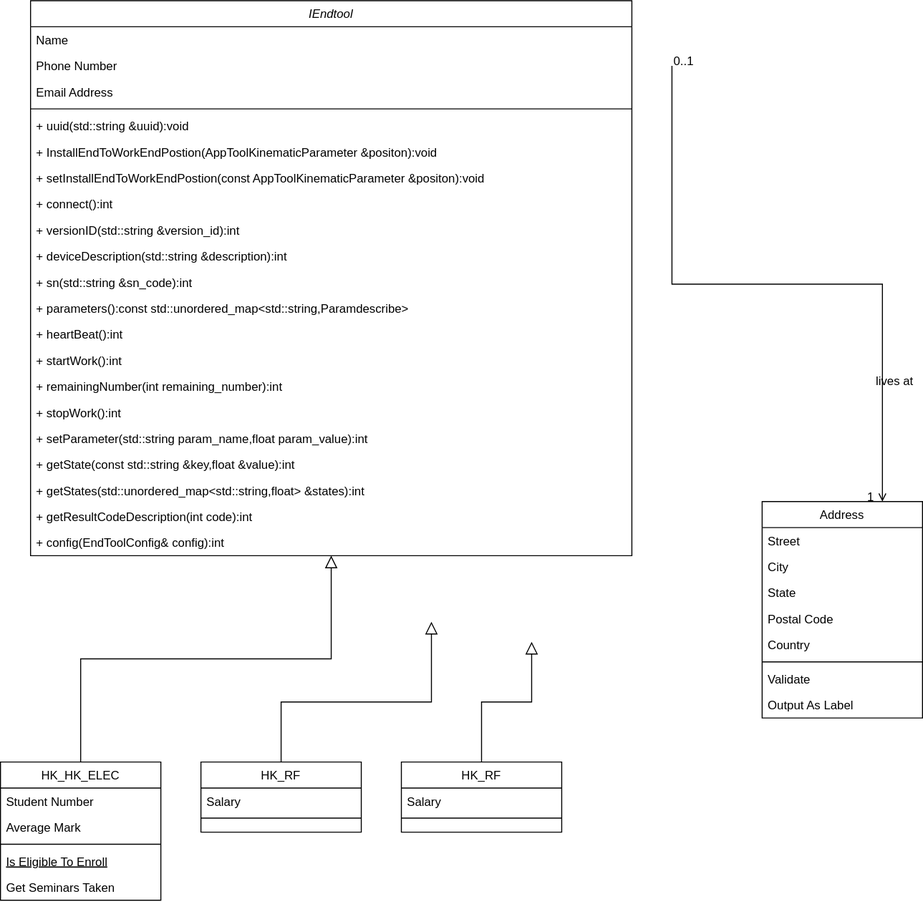
This is 理疗/理疗末端rpc服务.svg from Durpe/Drawio, a draw.io export, as it was before one commit. Source tidied: cells renumbered, new cells last; positions are measured from the earlier drawing's top-left corner, leaving out a move shared by most shapes.
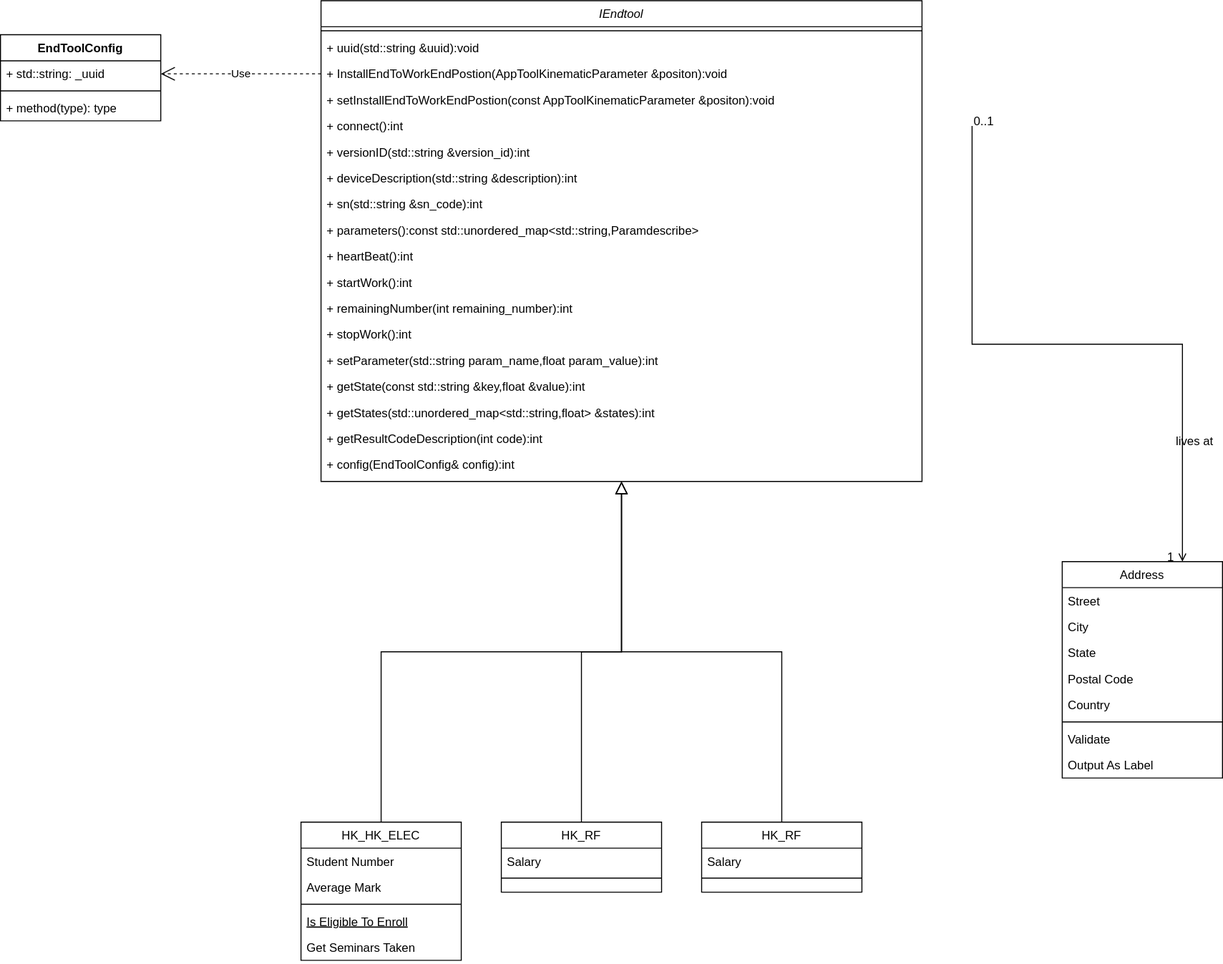
The same diagram one commit later.

Commit message:
更新理疗末端rpc服务.svg

Change to the diagram source:
```diff
@@ -3,70 +3,61 @@
     <mxCell id="0" />
     <mxCell id="1" parent="0" />
     <mxCell id="2" value="IEndtool" style="swimlane;fontStyle=2;align=center;verticalAlign=top;horizontal=1;startSize=26;rounded=0;shadow=0;strokeWidth=1;" parent="1" vertex="1">
-      <mxGeometry x="30" width="600" height="554" as="geometry" />
+      <mxGeometry x="20" y="-60" width="600" height="480" as="geometry" />
     </mxCell>
-    <mxCell id="3" value="Name" style="text;align=left;verticalAlign=top;spacingLeft=4;spacingRight=4;overflow=hidden;" parent="2" vertex="1">
-      <mxGeometry y="26" width="600" height="26" as="geometry" />
-    </mxCell>
-    <mxCell id="4" value="Phone Number" style="text;align=left;verticalAlign=top;spacingLeft=4;spacingRight=4;overflow=hidden;rounded=0;shadow=0;html=0;" parent="2" vertex="1">
-      <mxGeometry y="52" width="600" height="26" as="geometry" />
-    </mxCell>
-    <mxCell id="5" value="Email Address" style="text;align=left;verticalAlign=top;spacingLeft=4;spacingRight=4;overflow=hidden;rounded=0;shadow=0;html=0;" parent="2" vertex="1">
-      <mxGeometry y="78" width="600" height="26" as="geometry" />
-    </mxCell>
     <mxCell id="6" style="line;html=1;strokeWidth=1;align=left;verticalAlign=middle;spacingTop=-1;spacingLeft=3;spacingRight=3;labelPosition=right;" parent="2" vertex="1">
-      <mxGeometry y="104" width="600" height="8" as="geometry" />
+      <mxGeometry y="26" width="600" height="8" as="geometry" />
     </mxCell>
     <mxCell id="7" value="+ uuid(std::string &amp;uuid):void" style="text;align=left;verticalAlign=top;spacingLeft=4;spacingRight=4;overflow=hidden;" parent="2" vertex="1">
-      <mxGeometry y="112" width="600" height="26" as="geometry" />
+      <mxGeometry y="34" width="600" height="26" as="geometry" />
     </mxCell>
     <mxCell id="8" value="+ InstallEndToWorkEndPostion(AppToolKinematicParameter &amp;positon):void" style="text;align=left;verticalAlign=top;spacingLeft=4;spacingRight=4;overflow=hidden;points=[[0,0.5],[1,0.5]];portConstraint=eastwest;" parent="2" vertex="1">
-      <mxGeometry y="138" width="600" height="26" as="geometry" />
+      <mxGeometry y="60" width="600" height="26" as="geometry" />
     </mxCell>
     <mxCell id="9" value="+ setInstallEndToWorkEndPostion(const AppToolKinematicParameter &amp;positon):void" style="text;align=left;verticalAlign=top;spacingLeft=4;spacingRight=4;overflow=hidden;" parent="2" vertex="1">
-      <mxGeometry y="164" width="600" height="26" as="geometry" />
+      <mxGeometry y="86" width="600" height="26" as="geometry" />
     </mxCell>
     <mxCell id="10" value="+ connect():int" style="text;align=left;verticalAlign=top;spacingLeft=4;spacingRight=4;overflow=hidden;" parent="2" vertex="1">
-      <mxGeometry y="190" width="600" height="26" as="geometry" />
+      <mxGeometry y="112" width="600" height="26" as="geometry" />
     </mxCell>
     <mxCell id="11" value="+ versionID(std::string &amp;version_id):int" style="text;align=left;verticalAlign=top;spacingLeft=4;spacingRight=4;overflow=hidden;" parent="2" vertex="1">
-      <mxGeometry y="216" width="600" height="26" as="geometry" />
+      <mxGeometry y="138" width="600" height="26" as="geometry" />
     </mxCell>
     <mxCell id="12" value="+ deviceDescription(std::string &amp;description):int" style="text;align=left;verticalAlign=top;spacingLeft=4;spacingRight=4;overflow=hidden;" parent="2" vertex="1">
-      <mxGeometry y="242" width="600" height="26" as="geometry" />
+      <mxGeometry y="164" width="600" height="26" as="geometry" />
     </mxCell>
     <mxCell id="13" value="+ sn(std::string &amp;sn_code):int" style="text;align=left;verticalAlign=top;spacingLeft=4;spacingRight=4;overflow=hidden;" parent="2" vertex="1">
-      <mxGeometry y="268" width="600" height="26" as="geometry" />
+      <mxGeometry y="190" width="600" height="26" as="geometry" />
     </mxCell>
     <mxCell id="14" value="+ parameters():const std::unordered_map&lt;std::string,Paramdescribe&gt;" style="text;align=left;verticalAlign=top;spacingLeft=4;spacingRight=4;overflow=hidden;" parent="2" vertex="1">
-      <mxGeometry y="294" width="600" height="26" as="geometry" />
+      <mxGeometry y="216" width="600" height="26" as="geometry" />
     </mxCell>
     <mxCell id="15" value="+ heartBeat():int" style="text;align=left;verticalAlign=top;spacingLeft=4;spacingRight=4;overflow=hidden;" parent="2" vertex="1">
-      <mxGeometry y="320" width="600" height="26" as="geometry" />
+      <mxGeometry y="242" width="600" height="26" as="geometry" />
     </mxCell>
     <mxCell id="16" value="+ startWork():int" style="text;align=left;verticalAlign=top;spacingLeft=4;spacingRight=4;overflow=hidden;" parent="2" vertex="1">
-      <mxGeometry y="346" width="600" height="26" as="geometry" />
+      <mxGeometry y="268" width="600" height="26" as="geometry" />
     </mxCell>
     <mxCell id="17" value="+ remainingNumber(int remaining_number):int" style="text;align=left;verticalAlign=top;spacingLeft=4;spacingRight=4;overflow=hidden;" parent="2" vertex="1">
-      <mxGeometry y="372" width="600" height="26" as="geometry" />
+      <mxGeometry y="294" width="600" height="26" as="geometry" />
     </mxCell>
     <mxCell id="18" value="+ stopWork():int" style="text;align=left;verticalAlign=top;spacingLeft=4;spacingRight=4;overflow=hidden;" parent="2" vertex="1">
-      <mxGeometry y="398" width="600" height="26" as="geometry" />
+      <mxGeometry y="320" width="600" height="26" as="geometry" />
     </mxCell>
     <mxCell id="19" value="+ setParameter(std::string param_name,float param_value):int" style="text;align=left;verticalAlign=top;spacingLeft=4;spacingRight=4;overflow=hidden;" parent="2" vertex="1">
-      <mxGeometry y="424" width="600" height="26" as="geometry" />
+      <mxGeometry y="346" width="600" height="26" as="geometry" />
     </mxCell>
     <mxCell id="20" value="+ getState(const std::string &amp;key,float &amp;value):int" style="text;align=left;verticalAlign=top;spacingLeft=4;spacingRight=4;overflow=hidden;" parent="2" vertex="1">
-      <mxGeometry y="450" width="600" height="26" as="geometry" />
+      <mxGeometry y="372" width="600" height="26" as="geometry" />
     </mxCell>
     <mxCell id="21" value="+ getStates(std::unordered_map&lt;std::string,float&gt; &amp;states):int" style="text;align=left;verticalAlign=top;spacingLeft=4;spacingRight=4;overflow=hidden;" parent="2" vertex="1">
-      <mxGeometry y="476" width="600" height="26" as="geometry" />
+      <mxGeometry y="398" width="600" height="26" as="geometry" />
     </mxCell>
     <mxCell id="22" value="+ getResultCodeDescription(int code):int" style="text;align=left;verticalAlign=top;spacingLeft=4;spacingRight=4;overflow=hidden;" parent="2" vertex="1">
-      <mxGeometry y="502" width="600" height="26" as="geometry" />
+      <mxGeometry y="424" width="600" height="26" as="geometry" />
     </mxCell>
     <mxCell id="23" value="+ config(EndToolConfig&amp; config):int" style="text;align=left;verticalAlign=top;spacingLeft=4;spacingRight=4;overflow=hidden;" parent="2" vertex="1">
-      <mxGeometry y="528" width="600" height="26" as="geometry" />
+      <mxGeometry y="450" width="600" height="26" as="geometry" />
     </mxCell>
     <mxCell id="24" value="HK_HK_ELEC" style="swimlane;fontStyle=0;align=center;verticalAlign=top;horizontal=1;startSize=26;rounded=0;shadow=0;strokeWidth=1;" parent="1" vertex="1">
       <mxGeometry y="760" width="160" height="138" as="geometry" />
@@ -98,11 +89,10 @@
     <mxCell id="33" style="line;html=1;strokeWidth=1;align=left;verticalAlign=middle;spacingTop=-1;spacingLeft=3;spacingRight=3;labelPosition=right;" parent="31" vertex="1">
       <mxGeometry y="52" width="160" height="8" as="geometry" />
     </mxCell>
-    <mxCell id="34" style="endArrow=block;endSize=10;endFill=0;shadow=0;strokeWidth=1;rounded=0;edgeStyle=elbowEdgeStyle;elbow=vertical;exitX=0.5;exitY=0;exitDx=0;exitDy=0;" parent="1" edge="1" source="31">
+    <mxCell id="34" style="endArrow=block;endSize=10;endFill=0;shadow=0;strokeWidth=1;rounded=0;edgeStyle=elbowEdgeStyle;elbow=vertical;exitX=0.5;exitY=0;exitDx=0;exitDy=0;entryX=0.5;entryY=1;entryDx=0;entryDy=0;" parent="1" edge="1" source="31" target="2">
       <mxGeometry relative="1" as="geometry">
-        <mxPoint x="430" y="620" as="targetPoint" />
         <Array as="points">
-          <mxPoint x="420" y="700" />
+          <mxPoint x="300" y="590" />
         </Array>
       </mxGeometry>
     </mxCell>
@@ -164,10 +154,25 @@
     <mxCell id="50" style="line;html=1;strokeWidth=1;align=left;verticalAlign=middle;spacingTop=-1;spacingLeft=3;spacingRight=3;labelPosition=right;" parent="48" vertex="1">
       <mxGeometry y="52" width="160" height="8" as="geometry" />
     </mxCell>
-    <mxCell id="51" style="endArrow=block;endSize=10;endFill=0;shadow=0;strokeWidth=1;rounded=0;edgeStyle=elbowEdgeStyle;elbow=vertical;" parent="1" edge="1" source="48">
-      <mxGeometry relative="1" as="geometry">
-        <mxPoint x="530" y="640" as="targetPoint" />
-      </mxGeometry>
+    <mxCell id="51" style="endArrow=block;endSize=10;endFill=0;shadow=0;strokeWidth=1;rounded=0;edgeStyle=elbowEdgeStyle;elbow=vertical;entryX=0.5;entryY=1;entryDx=0;entryDy=0;exitX=0.5;exitY=0;exitDx=0;exitDy=0;" parent="1" edge="1" source="48" target="2">
+      <mxGeometry relative="1" as="geometry" />
     </mxCell>
+    <mxCell id="52" value="Use" style="endArrow=open;endSize=12;dashed=1;html=1;rounded=0;exitX=0;exitY=0.5;exitDx=0;exitDy=0;" parent="1" edge="1" source="8">
+      <mxGeometry relative="1" as="geometry">
+        <mxPoint x="-140" y="13" as="targetPoint" />
+      </mxGeometry>
+    </mxCell>
+    <mxCell id="53" value="EndToolConfig" style="swimlane;fontStyle=1;align=center;verticalAlign=top;horizontal=1;startSize=26;whiteSpace=wrap;html=1;" parent="1" vertex="1">
+      <mxGeometry x="-300" y="-26" width="160" height="86" as="geometry" />
+    </mxCell>
+    <mxCell id="54" value="+ std::string: _uuid" style="text;strokeColor=none;fillColor=none;align=left;verticalAlign=top;spacingLeft=4;spacingRight=4;overflow=hidden;whiteSpace=wrap;html=1;" parent="53" vertex="1">
+      <mxGeometry y="26" width="160" height="26" as="geometry" />
+    </mxCell>
+    <mxCell id="55" style="line;strokeWidth=1;fillColor=none;align=left;verticalAlign=middle;spacingTop=-1;spacingLeft=3;spacingRight=3;labelPosition=right;strokeColor=inherit;" parent="53" vertex="1">
+      <mxGeometry y="52" width="160" height="8" as="geometry" />
+    </mxCell>
+    <mxCell id="56" value="+ method(type): type" style="text;strokeColor=none;fillColor=none;align=left;verticalAlign=top;spacingLeft=4;spacingRight=4;overflow=hidden;whiteSpace=wrap;html=1;" parent="53" vertex="1">
+      <mxGeometry y="60" width="160" height="26" as="geometry" />
+    </mxCell>
   </root>
 </mxGraphModel>
```
